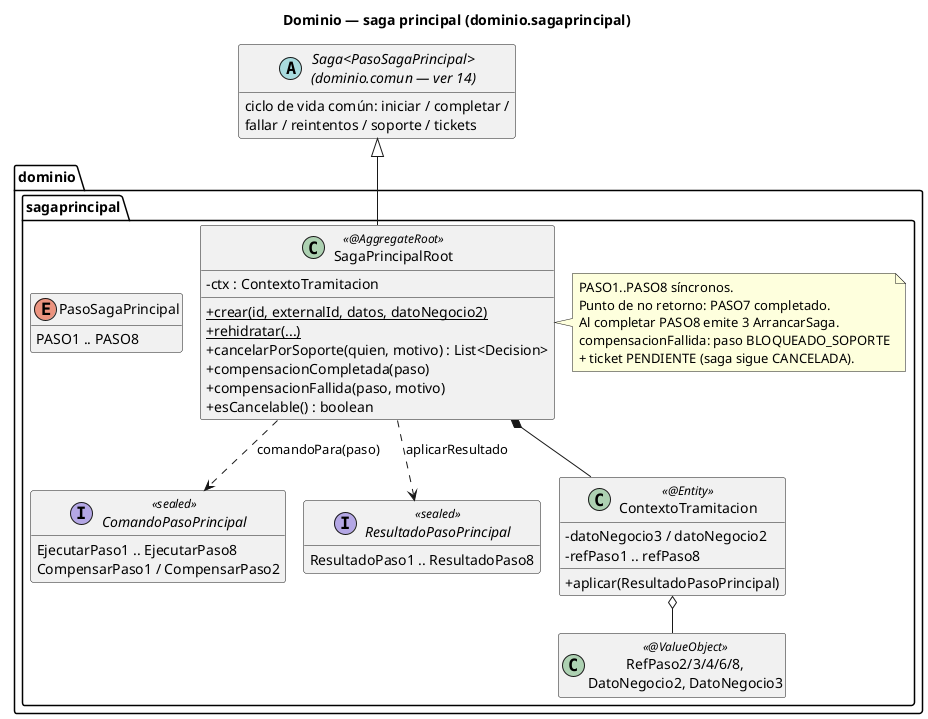
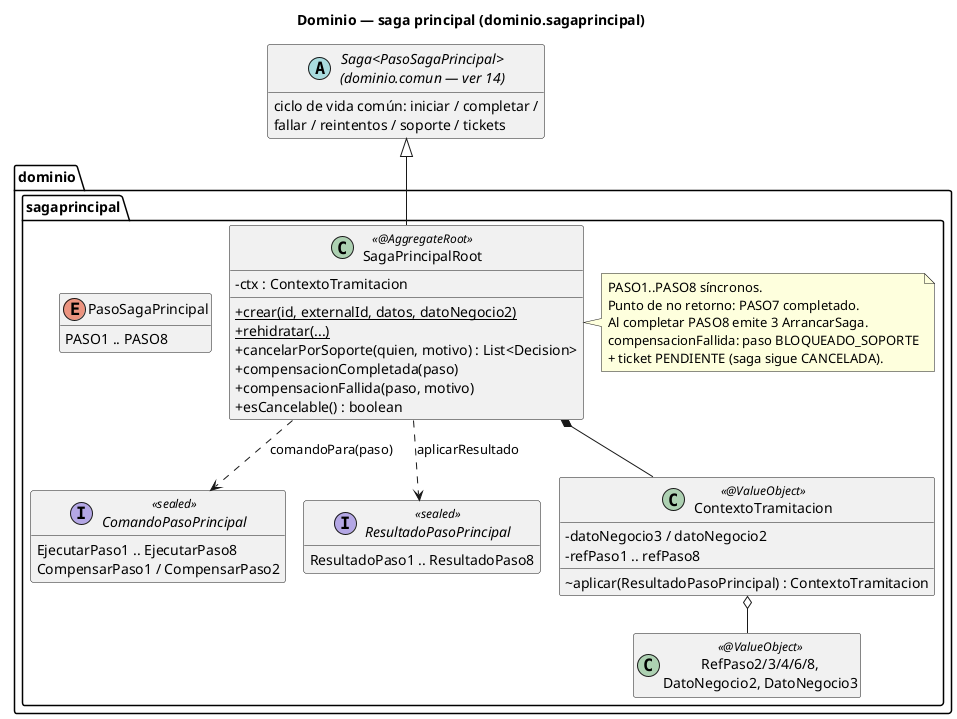
@startuml 15-clases-dominio-saga-principal
title Dominio — saga principal (dominio.sagaprincipal)
!pragma layout smetana
hide empty members
skinparam classAttributeIconSize 0

abstract class "Saga<PasoSagaPrincipal>\n(dominio.comun — ver 14)" as Saga {
  ciclo de vida común: iniciar / completar /
  fallar / reintentos / soporte / tickets
}

package "dominio.sagaprincipal" {
  class SagaPrincipalRoot <<@AggregateRoot>> {
    -ctx : ContextoTramitacion
    +{static} crear(id, externalId, datos, datoNegocio2)
    +{static} rehidratar(...)
    +cancelarPorSoporte(quien, motivo) : List<Decision>
    +compensacionCompletada(paso)
    +compensacionFallida(paso, motivo)
    +esCancelable() : boolean
  }
  note right of SagaPrincipalRoot
    PASO1..PASO8 síncronos.
    Punto de no retorno: PASO7 completado.
    Al completar PASO8 emite 3 ArrancarSaga.
    compensacionFallida: paso BLOQUEADO_SOPORTE
    + ticket PENDIENTE (saga sigue CANCELADA).
  end note

  enum PasoSagaPrincipal {
    PASO1 .. PASO8
  }
  interface ComandoPasoPrincipal <<sealed>> {
    EjecutarPaso1 .. EjecutarPaso8
    CompensarPaso1 / CompensarPaso2
  }
  interface ResultadoPasoPrincipal <<sealed>> {
    ResultadoPaso1 .. ResultadoPaso8
  }
-   class ContextoTramitacion <<@Entity>> {
+   class ContextoTramitacion <<@ValueObject>> {
    -datoNegocio3 / datoNegocio2
    -refPaso1 .. refPaso8
-     +aplicar(ResultadoPasoPrincipal)
+     ~aplicar(ResultadoPasoPrincipal) : ContextoTramitacion
  }
  class "RefPaso2/3/4/6/8,\nDatoNegocio2, DatoNegocio3" as Refs <<@ValueObject>>
}

Saga <|-down- SagaPrincipalRoot
SagaPrincipalRoot *-- ContextoTramitacion
SagaPrincipalRoot ..> ComandoPasoPrincipal : comandoPara(paso)
SagaPrincipalRoot ..> ResultadoPasoPrincipal : aplicarResultado
ContextoTramitacion o-- Refs
PasoSagaPrincipal -[hidden]down- ComandoPasoPrincipal
@enduml
